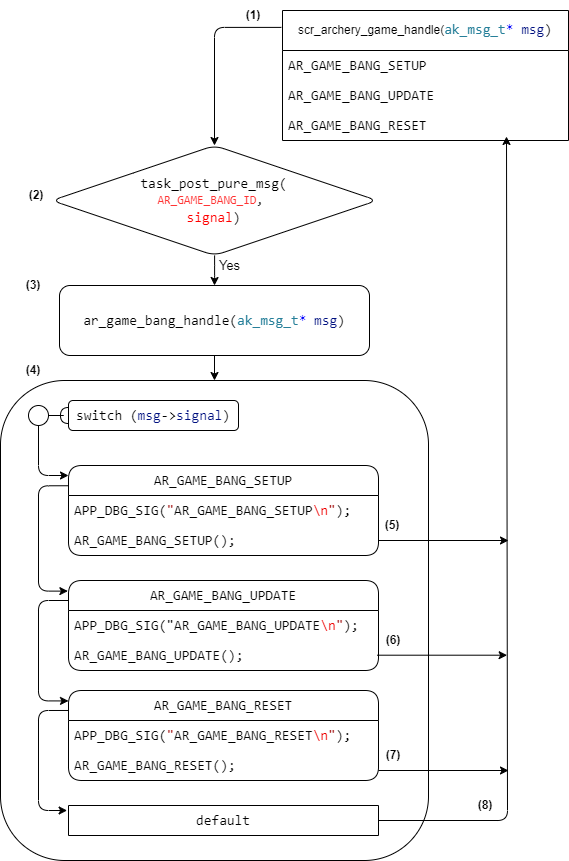
Before: bang_sequence.drawio.png, a diagram exported from draw.io (QuocBuu/drawio). Source tidied: cells renumbered, new cells last; positions are measured from the earlier drawing's top-left corner, leaving out a move shared by most shapes. Source of this version:
```xml
<mxGraphModel>
  <root>
    <mxCell id="0" />
    <mxCell id="1" parent="0" />
    <mxCell id="2" style="edgeStyle=orthogonalEdgeStyle;rounded=1;jettySize=auto;html=1;" parent="1" edge="1" source="3" target="4">
      <mxGeometry relative="1" as="geometry" />
    </mxCell>
    <mxCell id="3" value="&lt;div style=&quot;background-color: rgb(255, 255, 255); font-family: Consolas, &amp;quot;Courier New&amp;quot;, monospace; font-size: 14px; line-height: 19px;&quot;&gt;ar_game_bang_handle(&lt;span style=&quot;color: #267f99;&quot;&gt;ak_msg_t&lt;/span&gt;&lt;span style=&quot;color: #0000ff;&quot;&gt;*&lt;/span&gt; &lt;span style=&quot;color: #001080;&quot;&gt;msg&lt;/span&gt;)&lt;/div&gt;" style="rounded=1;whiteSpace=wrap;html=1;fontSize=12;glass=0;strokeWidth=1;shadow=0;" parent="1" vertex="1">
      <mxGeometry x="59" y="285" width="310" height="70" as="geometry" />
    </mxCell>
    <mxCell id="4" style="rounded=1;whiteSpace=wrap;html=1;fontSize=12;glass=0;strokeWidth=1;shadow=0;" parent="1" vertex="1">
      <mxGeometry y="380" width="428" height="480" as="geometry" />
    </mxCell>
    <mxCell id="5" style="edgeStyle=orthogonalEdgeStyle;rounded=1;jettySize=auto;html=1;exitX=0;exitY=0.225;exitDx=0;exitDy=0;exitPerimeter=0;entryX=-0.002;entryY=0.118;entryDx=0;entryDy=0;entryPerimeter=0;" parent="1" edge="1" source="6" target="9">
      <mxGeometry relative="1" as="geometry">
        <Array as="points">
          <mxPoint x="38" y="485" />
          <mxPoint x="38" y="590" />
          <mxPoint x="67" y="590" />
        </Array>
      </mxGeometry>
    </mxCell>
    <mxCell id="6" value="&lt;div style=&quot;background-color: rgb(255, 255, 255); font-family: Consolas, &amp;quot;Courier New&amp;quot;, monospace; font-size: 14px; line-height: 19px;&quot;&gt;&lt;div style=&quot;line-height: 19px;&quot;&gt;&lt;div style=&quot;line-height: 19px;&quot;&gt;&lt;div style=&quot;line-height: 19px;&quot;&gt;AR_GAME_BANG_SETUP&lt;/div&gt;&lt;/div&gt;&lt;/div&gt;&lt;/div&gt;" style="swimlane;fontStyle=0;horizontal=1;startSize=30;whiteSpace=wrap;html=1;rounded=1;" parent="1" vertex="1">
      <mxGeometry x="68" y="465" width="310" height="90" as="geometry" />
    </mxCell>
    <mxCell id="7" value="&lt;div style=&quot;background-color: rgb(255, 255, 255); font-family: Consolas, &amp;quot;Courier New&amp;quot;, monospace; font-size: 14px; line-height: 19px;&quot;&gt;&lt;div style=&quot;line-height: 19px;&quot;&gt;&lt;div style=&quot;line-height: 19px;&quot;&gt;APP_DBG_SIG(&lt;span style=&quot;color: #a31515;&quot;&gt;&quot;&lt;/span&gt;AR_GAME_BANG_SETUP&lt;span style=&quot;color: rgb(238, 0, 0);&quot;&gt;\n&lt;/span&gt;&lt;span style=&quot;color: rgb(163, 21, 21);&quot;&gt;&quot;&lt;/span&gt;);&lt;br&gt;&lt;/div&gt;&lt;/div&gt;&lt;/div&gt;" style="text;strokeColor=none;fillColor=none;align=left;verticalAlign=middle;spacingLeft=4;spacingRight=4;overflow=hidden;whiteSpace=wrap;html=1;rounded=1;" parent="6" vertex="1">
      <mxGeometry y="30" width="310" height="30" as="geometry" />
    </mxCell>
    <mxCell id="8" value="&lt;div style=&quot;background-color: rgb(255, 255, 255); font-family: Consolas, &amp;quot;Courier New&amp;quot;, monospace; font-size: 14px; line-height: 19px;&quot;&gt;&lt;div style=&quot;line-height: 19px;&quot;&gt;&lt;div style=&quot;line-height: 19px;&quot;&gt;&lt;div style=&quot;line-height: 19px;&quot;&gt;&lt;div style=&quot;line-height: 19px;&quot;&gt;AR_GAME_BANG_SETUP();&lt;/div&gt;&lt;/div&gt;&lt;/div&gt;&lt;/div&gt;&lt;/div&gt;" style="text;strokeColor=none;fillColor=none;align=left;verticalAlign=middle;spacingLeft=4;spacingRight=4;overflow=hidden;whiteSpace=wrap;html=1;rounded=1;" parent="6" vertex="1">
      <mxGeometry y="60" width="310" height="30" as="geometry" />
    </mxCell>
    <mxCell id="9" value="&lt;div style=&quot;background-color: rgb(255, 255, 255); font-family: Consolas, &amp;quot;Courier New&amp;quot;, monospace; font-size: 14px; line-height: 19px;&quot;&gt;&lt;div style=&quot;line-height: 19px;&quot;&gt;&lt;div style=&quot;line-height: 19px;&quot;&gt;&lt;div style=&quot;line-height: 19px;&quot;&gt;AR_GAME_BANG_UPDATE&lt;/div&gt;&lt;/div&gt;&lt;/div&gt;&lt;/div&gt;" style="swimlane;fontStyle=0;horizontal=1;startSize=30;whiteSpace=wrap;html=1;rounded=1;" parent="1" vertex="1">
      <mxGeometry x="68" y="580" width="310" height="90" as="geometry" />
    </mxCell>
    <mxCell id="10" value="&lt;div style=&quot;background-color: rgb(255, 255, 255); font-family: Consolas, &amp;quot;Courier New&amp;quot;, monospace; font-size: 14px; line-height: 19px;&quot;&gt;&lt;div style=&quot;line-height: 19px;&quot;&gt;&lt;div style=&quot;line-height: 19px;&quot;&gt;&lt;div style=&quot;line-height: 19px;&quot;&gt;APP_DBG_SIG(&quot;AR_GAME_BANG_UPDATE&lt;span style=&quot;border-color: var(--border-color); color: rgb(238, 0, 0);&quot;&gt;\n&lt;/span&gt;&lt;span style=&quot;border-color: var(--border-color); color: rgb(163, 21, 21);&quot;&gt;&quot;&lt;/span&gt;);&lt;br&gt;&lt;/div&gt;&lt;/div&gt;&lt;/div&gt;&lt;/div&gt;" style="text;strokeColor=none;fillColor=none;align=left;verticalAlign=middle;spacingLeft=4;spacingRight=4;overflow=hidden;whiteSpace=wrap;html=1;rounded=1;" parent="9" vertex="1">
      <mxGeometry y="30" width="310" height="30" as="geometry" />
    </mxCell>
    <mxCell id="11" value="&lt;div style=&quot;background-color: rgb(255, 255, 255); font-family: Consolas, &amp;quot;Courier New&amp;quot;, monospace; font-size: 14px; line-height: 19px;&quot;&gt;&lt;div style=&quot;line-height: 19px;&quot;&gt;&lt;div style=&quot;line-height: 19px;&quot;&gt;&lt;div style=&quot;line-height: 19px;&quot;&gt;&lt;div style=&quot;line-height: 19px;&quot;&gt;&lt;div style=&quot;line-height: 19px;&quot;&gt;&lt;div style=&quot;line-height: 19px;&quot;&gt;AR_GAME_BANG_UPDATE();&lt;/div&gt;&lt;/div&gt;&lt;/div&gt;&lt;/div&gt;&lt;/div&gt;&lt;/div&gt;&lt;/div&gt;" style="text;strokeColor=none;fillColor=none;align=left;verticalAlign=middle;spacingLeft=4;spacingRight=4;overflow=hidden;whiteSpace=wrap;html=1;rounded=1;" parent="9" vertex="1">
      <mxGeometry y="60" width="310" height="30" as="geometry" />
    </mxCell>
    <mxCell id="12" value="&lt;div style=&quot;background-color: rgb(255, 255, 255); font-family: Consolas, &amp;quot;Courier New&amp;quot;, monospace; font-size: 14px; line-height: 19px;&quot;&gt;&lt;div style=&quot;line-height: 19px;&quot;&gt;&lt;div style=&quot;line-height: 19px;&quot;&gt;&lt;div style=&quot;line-height: 19px;&quot;&gt;&lt;div style=&quot;line-height: 19px;&quot;&gt;&lt;div style=&quot;line-height: 19px;&quot;&gt;AR_GAME_BANG_RESET&lt;/div&gt;&lt;/div&gt;&lt;/div&gt;&lt;/div&gt;&lt;/div&gt;&lt;/div&gt;" style="swimlane;fontStyle=0;horizontal=1;startSize=30;whiteSpace=wrap;html=1;rounded=1;" parent="1" vertex="1">
      <mxGeometry x="68" y="690" width="310" height="90" as="geometry" />
    </mxCell>
    <mxCell id="13" value="&lt;div style=&quot;background-color: rgb(255, 255, 255); font-family: Consolas, &amp;quot;Courier New&amp;quot;, monospace; font-size: 14px; line-height: 19px;&quot;&gt;&lt;div style=&quot;line-height: 19px;&quot;&gt;&lt;div style=&quot;line-height: 19px;&quot;&gt;&lt;div style=&quot;line-height: 19px;&quot;&gt;APP_DBG_SIG(&lt;span style=&quot;color: #a31515;&quot;&gt;&quot;&lt;/span&gt;AR_GAME_BANG_RESET&lt;span style=&quot;color: rgb(238, 0, 0);&quot;&gt;\n&lt;/span&gt;&lt;span style=&quot;color: rgb(163, 21, 21);&quot;&gt;&quot;&lt;/span&gt;);&lt;br&gt;&lt;/div&gt;&lt;/div&gt;&lt;/div&gt;&lt;/div&gt;" style="text;strokeColor=none;fillColor=none;align=left;verticalAlign=middle;spacingLeft=4;spacingRight=4;overflow=hidden;whiteSpace=wrap;html=1;rounded=1;" parent="12" vertex="1">
      <mxGeometry y="30" width="310" height="30" as="geometry" />
    </mxCell>
    <mxCell id="14" value="&lt;div style=&quot;background-color: rgb(255, 255, 255); font-family: Consolas, &amp;quot;Courier New&amp;quot;, monospace; font-size: 14px; line-height: 19px;&quot;&gt;&lt;div style=&quot;line-height: 19px;&quot;&gt;&lt;div style=&quot;line-height: 19px;&quot;&gt;&lt;div style=&quot;line-height: 19px;&quot;&gt;&lt;div style=&quot;line-height: 19px;&quot;&gt;AR_GAME_BANG_RESET();&lt;/div&gt;&lt;/div&gt;&lt;/div&gt;&lt;/div&gt;&lt;/div&gt;" style="text;strokeColor=none;fillColor=none;align=left;verticalAlign=middle;spacingLeft=4;spacingRight=4;overflow=hidden;whiteSpace=wrap;html=1;rounded=1;" parent="12" vertex="1">
      <mxGeometry y="60" width="310" height="30" as="geometry" />
    </mxCell>
    <mxCell id="15" style="edgeStyle=orthogonalEdgeStyle;rounded=1;jettySize=auto;html=1;" parent="1" edge="1" source="29" target="3">
      <mxGeometry relative="1" as="geometry" />
    </mxCell>
    <mxCell id="16" value="&lt;font style=&quot;font-size: 13px;&quot;&gt;Yes&lt;/font&gt;" style="edgeLabel;html=1;align=center;verticalAlign=middle;rounded=1;" parent="15" vertex="1">
      <mxGeometry x="-0.07" y="1" relative="1" as="geometry">
        <mxPoint x="13" y="-4" as="offset" />
      </mxGeometry>
    </mxCell>
    <mxCell id="17" style="edgeStyle=orthogonalEdgeStyle;rounded=1;jettySize=auto;html=1;endArrow=halfCircle;endFill=0;" parent="1" edge="1" source="19" target="20">
      <mxGeometry relative="1" as="geometry" />
    </mxCell>
    <mxCell id="18" style="edgeStyle=orthogonalEdgeStyle;rounded=1;jettySize=auto;html=1;" parent="1" edge="1" source="19">
      <mxGeometry relative="1" as="geometry">
        <mxPoint x="68" y="475" as="targetPoint" />
        <Array as="points">
          <mxPoint x="38" y="475" />
        </Array>
      </mxGeometry>
    </mxCell>
    <mxCell id="19" style="ellipse;whiteSpace=wrap;html=1;rounded=1;" parent="1" vertex="1">
      <mxGeometry x="28" y="405" width="20" height="20" as="geometry" />
    </mxCell>
    <mxCell id="20" value="&lt;div style=&quot;background-color: rgb(255, 255, 255); font-family: Consolas, &amp;quot;Courier New&amp;quot;, monospace; font-size: 14px; line-height: 19px;&quot;&gt;switch (&lt;span style=&quot;color: #001080;&quot;&gt;msg&lt;/span&gt;-&amp;gt;&lt;font color=&quot;#001080&quot;&gt;signal&lt;/font&gt;)&lt;/div&gt;" style="whiteSpace=wrap;html=1;rounded=1;" parent="1" vertex="1">
      <mxGeometry x="68" y="400" width="170" height="30" as="geometry" />
    </mxCell>
    <mxCell id="21" style="edgeStyle=orthogonalEdgeStyle;rounded=1;jettySize=auto;html=1;entryX=0;entryY=0.116;entryDx=0;entryDy=0;entryPerimeter=0;" parent="1" edge="1" target="12">
      <mxGeometry relative="1" as="geometry">
        <mxPoint x="68" y="600" as="sourcePoint" />
        <Array as="points">
          <mxPoint x="38" y="600" />
          <mxPoint x="38" y="700" />
          <mxPoint x="68" y="700" />
        </Array>
      </mxGeometry>
    </mxCell>
    <mxCell id="22" style="edgeStyle=orthogonalEdgeStyle;rounded=1;jettySize=auto;html=1;entryX=0;entryY=0.111;entryDx=0;entryDy=0;entryPerimeter=0;exitX=0;exitY=0.222;exitDx=0;exitDy=0;exitPerimeter=0;" parent="1" edge="1" source="12">
      <mxGeometry relative="1" as="geometry">
        <mxPoint x="66.6" y="810" as="targetPoint" />
        <Array as="points">
          <mxPoint x="38" y="710" />
          <mxPoint x="38" y="810" />
        </Array>
      </mxGeometry>
    </mxCell>
    <mxCell id="23" style="edgeStyle=orthogonalEdgeStyle;rounded=1;jettySize=auto;html=1;" parent="1" edge="1" source="24">
      <mxGeometry relative="1" as="geometry">
        <mxPoint x="506" y="136" as="targetPoint" />
        <Array as="points">
          <mxPoint x="507" y="820" />
          <mxPoint x="507" y="136" />
        </Array>
      </mxGeometry>
    </mxCell>
    <mxCell id="24" value="&lt;div style=&quot;background-color: rgb(255, 255, 255); font-family: Consolas, &amp;quot;Courier New&amp;quot;, monospace; font-size: 14px; line-height: 19px;&quot;&gt;&lt;div style=&quot;line-height: 19px;&quot;&gt;&lt;div style=&quot;line-height: 19px;&quot;&gt;&lt;div style=&quot;line-height: 19px;&quot;&gt;&lt;div style=&quot;line-height: 19px;&quot;&gt;default&lt;/div&gt;&lt;/div&gt;&lt;/div&gt;&lt;/div&gt;&lt;/div&gt;" style="swimlane;fontStyle=0;horizontal=1;startSize=30;whiteSpace=wrap;html=1;rounded=1;" parent="1" vertex="1">
      <mxGeometry x="68" y="805" width="310" height="30" as="geometry" />
    </mxCell>
    <mxCell id="25" style="edgeStyle=orthogonalEdgeStyle;rounded=1;jettySize=auto;html=1;entryX=0.5;entryY=0;entryDx=0;entryDy=0;exitX=-0.004;exitY=0.13;exitDx=0;exitDy=0;exitPerimeter=0;" parent="1" edge="1" source="36" target="29">
      <mxGeometry relative="1" as="geometry">
        <Array as="points">
          <mxPoint x="214" y="27" />
        </Array>
      </mxGeometry>
    </mxCell>
    <mxCell id="26" style="edgeStyle=orthogonalEdgeStyle;rounded=1;orthogonalLoop=1;jettySize=auto;html=1;" parent="1" edge="1">
      <mxGeometry relative="1" as="geometry">
        <mxPoint x="378" y="770" as="sourcePoint" />
        <mxPoint x="508" y="770" as="targetPoint" />
      </mxGeometry>
    </mxCell>
    <mxCell id="27" style="edgeStyle=orthogonalEdgeStyle;rounded=1;orthogonalLoop=1;jettySize=auto;html=1;" parent="1" edge="1">
      <mxGeometry relative="1" as="geometry">
        <mxPoint x="376.6" y="654.7" as="sourcePoint" />
        <mxPoint x="506.6" y="654.7" as="targetPoint" />
      </mxGeometry>
    </mxCell>
    <mxCell id="28" style="edgeStyle=orthogonalEdgeStyle;rounded=1;orthogonalLoop=1;jettySize=auto;html=1;" parent="1" edge="1">
      <mxGeometry relative="1" as="geometry">
        <mxPoint x="378" y="540" as="sourcePoint" />
        <mxPoint x="508" y="540" as="targetPoint" />
      </mxGeometry>
    </mxCell>
    <mxCell id="29" value="&lt;div style=&quot;background-color: rgb(255, 255, 255); font-family: Consolas, &amp;quot;Courier New&amp;quot;, monospace; font-size: 14px; line-height: 19px;&quot;&gt;task_post_pure_msg(&lt;/div&gt;&lt;span style=&quot;background-color: rgb(255, 255, 255);&quot;&gt;&lt;font face=&quot;Consolas, Courier New, monospace&quot; color=&quot;#ff3333&quot;&gt;AR_GAME_BANG_ID&lt;/font&gt;&lt;font face=&quot;Consolas, Courier New, monospace&quot;&gt;,&amp;nbsp;&lt;/font&gt;&lt;/span&gt;&lt;font face=&quot;Consolas, Courier New, monospace&quot; color=&quot;#ff3333&quot;&gt;&lt;br&gt;&lt;/font&gt;&lt;div style=&quot;background-color: rgb(255, 255, 255); font-family: Consolas, &amp;quot;Courier New&amp;quot;, monospace; font-size: 14px; line-height: 19px;&quot;&gt;&lt;font color=&quot;#ff0000&quot;&gt;signal&lt;/font&gt;)&lt;/div&gt;" style="rhombus;whiteSpace=wrap;html=1;rounded=1;" parent="1" vertex="1">
      <mxGeometry x="51.4" y="145" width="325.2" height="110" as="geometry" />
    </mxCell>
    <mxCell id="30" value="&lt;b&gt;(1)&lt;/b&gt;" style="text;html=1;strokeColor=none;fillColor=none;align=center;verticalAlign=middle;whiteSpace=wrap;rounded=0;" parent="1" vertex="1">
      <mxGeometry x="238" width="30" height="30" as="geometry" />
    </mxCell>
    <mxCell id="31" value="&lt;b&gt;(2)&lt;/b&gt;" style="text;html=1;strokeColor=none;fillColor=none;align=center;verticalAlign=middle;whiteSpace=wrap;rounded=0;" parent="1" vertex="1">
      <mxGeometry x="21.4" y="180" width="30" height="30" as="geometry" />
    </mxCell>
    <mxCell id="32" value="&lt;b&gt;(5)&lt;/b&gt;" style="text;html=1;strokeColor=none;fillColor=none;align=center;verticalAlign=middle;whiteSpace=wrap;rounded=0;" parent="1" vertex="1">
      <mxGeometry x="376.6" y="510" width="30" height="30" as="geometry" />
    </mxCell>
    <mxCell id="33" value="&lt;b&gt;(6)&lt;/b&gt;" style="text;html=1;strokeColor=none;fillColor=none;align=center;verticalAlign=middle;whiteSpace=wrap;rounded=0;" parent="1" vertex="1">
      <mxGeometry x="378" y="620" width="30" height="40" as="geometry" />
    </mxCell>
    <mxCell id="34" value="&lt;b&gt;(7)&lt;/b&gt;" style="text;html=1;strokeColor=none;fillColor=none;align=center;verticalAlign=middle;whiteSpace=wrap;rounded=0;" parent="1" vertex="1">
      <mxGeometry x="378" y="740" width="30" height="30" as="geometry" />
    </mxCell>
    <mxCell id="35" value="&lt;b&gt;(8)&lt;/b&gt;" style="text;html=1;strokeColor=none;fillColor=none;align=center;verticalAlign=middle;whiteSpace=wrap;rounded=0;" parent="1" vertex="1">
      <mxGeometry x="470" y="790" width="30" height="30" as="geometry" />
    </mxCell>
    <mxCell id="36" value="scr_archery_game_handle(&lt;span style=&quot;border-color: var(--border-color); font-family: Consolas, &amp;quot;Courier New&amp;quot;, monospace; font-size: 14px; color: rgb(38, 127, 153);&quot;&gt;ak_msg_t&lt;/span&gt;&lt;span style=&quot;border-color: var(--border-color); font-family: Consolas, &amp;quot;Courier New&amp;quot;, monospace; font-size: 14px; color: rgb(0, 0, 255);&quot;&gt;*&lt;/span&gt;&lt;span style=&quot;font-family: Consolas, &amp;quot;Courier New&amp;quot;, monospace; font-size: 14px; background-color: rgb(255, 255, 255);&quot;&gt;&amp;nbsp;&lt;/span&gt;&lt;span style=&quot;border-color: var(--border-color); font-family: Consolas, &amp;quot;Courier New&amp;quot;, monospace; font-size: 14px; color: rgb(0, 16, 128);&quot;&gt;msg&lt;/span&gt;&lt;span style=&quot;font-family: Consolas, &amp;quot;Courier New&amp;quot;, monospace; font-size: 14px; background-color: rgb(255, 255, 255);&quot;&gt;)&lt;/span&gt;" style="swimlane;fontStyle=0;horizontal=1;startSize=40;whiteSpace=wrap;html=1;" parent="1" vertex="1">
      <mxGeometry x="282" y="10" width="286" height="130" as="geometry" />
    </mxCell>
    <mxCell id="37" value="&lt;div style=&quot;background-color: rgb(255, 255, 255); font-family: Consolas, &amp;quot;Courier New&amp;quot;, monospace; font-size: 14px; line-height: 19px;&quot;&gt;&lt;div style=&quot;line-height: 19px;&quot;&gt;&lt;div style=&quot;line-height: 19px;&quot;&gt;AR_GAME_BANG_SETUP&lt;/div&gt;&lt;/div&gt;&lt;/div&gt;" style="text;strokeColor=none;fillColor=none;align=left;verticalAlign=middle;spacingLeft=4;spacingRight=4;overflow=hidden;whiteSpace=wrap;html=1;" parent="36" vertex="1">
      <mxGeometry y="40" width="286" height="30" as="geometry" />
    </mxCell>
    <mxCell id="38" value="&lt;div style=&quot;background-color: rgb(255, 255, 255); font-family: Consolas, &amp;quot;Courier New&amp;quot;, monospace; font-size: 14px; line-height: 19px;&quot;&gt;&lt;div style=&quot;line-height: 19px;&quot;&gt;&lt;div style=&quot;line-height: 19px;&quot;&gt;AR_GAME_BANG_UPDATE&lt;/div&gt;&lt;/div&gt;&lt;/div&gt;" style="text;strokeColor=none;fillColor=none;align=left;verticalAlign=middle;spacingLeft=4;spacingRight=4;overflow=hidden;whiteSpace=wrap;html=1;" parent="36" vertex="1">
      <mxGeometry y="70" width="286" height="30" as="geometry" />
    </mxCell>
    <mxCell id="39" value="&lt;div style=&quot;background-color: rgb(255, 255, 255); font-family: Consolas, &amp;quot;Courier New&amp;quot;, monospace; font-size: 14px; line-height: 19px;&quot;&gt;&lt;div style=&quot;line-height: 19px;&quot;&gt;&lt;div style=&quot;line-height: 19px;&quot;&gt;AR_GAME_BANG_RESET&lt;/div&gt;&lt;/div&gt;&lt;/div&gt;" style="text;strokeColor=none;fillColor=none;align=left;verticalAlign=middle;spacingLeft=4;spacingRight=4;overflow=hidden;whiteSpace=wrap;html=1;" parent="36" vertex="1">
      <mxGeometry y="100" width="286" height="30" as="geometry" />
    </mxCell>
    <mxCell id="40" value="&lt;b&gt;(3)&lt;/b&gt;" style="text;html=1;strokeColor=none;fillColor=none;align=center;verticalAlign=middle;whiteSpace=wrap;rounded=0;" parent="1" vertex="1">
      <mxGeometry x="18" y="270" width="30" height="30" as="geometry" />
    </mxCell>
    <mxCell id="41" value="&lt;b&gt;(4)&lt;/b&gt;" style="text;html=1;strokeColor=none;fillColor=none;align=center;verticalAlign=middle;whiteSpace=wrap;rounded=0;" parent="1" vertex="1">
      <mxGeometry x="18" y="355" width="30" height="30" as="geometry" />
    </mxCell>
  </root>
</mxGraphModel>
```
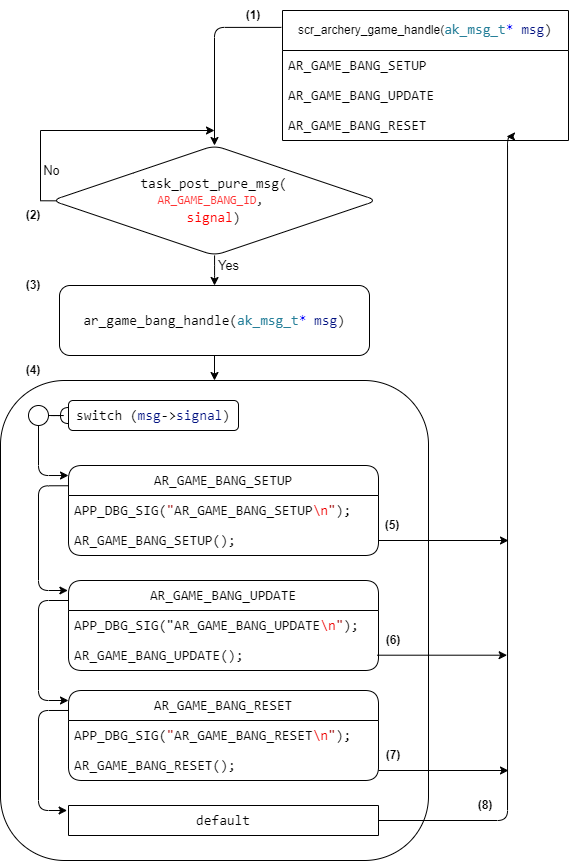
After the commit.

Change to the diagram source:
```diff
@@ -128,6 +128,20 @@
         <mxPoint x="508" y="540" as="targetPoint" />
       </mxGeometry>
     </mxCell>
+    <mxCell id="42" style="edgeStyle=orthogonalEdgeStyle;rounded=0;jettySize=auto;html=1;exitX=0.014;exitY=0.503;exitDx=0;exitDy=0;exitPerimeter=0;" parent="1" edge="1" source="29">
+      <mxGeometry relative="1" as="geometry">
+        <mxPoint x="214" y="130" as="targetPoint" />
+        <Array as="points">
+          <mxPoint x="40" y="200" />
+          <mxPoint x="40" y="130" />
+        </Array>
+      </mxGeometry>
+    </mxCell>
+    <mxCell id="43" value="&lt;font style=&quot;font-size: 13px;&quot;&gt;No&lt;/font&gt;" style="edgeLabel;html=1;align=center;verticalAlign=middle;" parent="42" vertex="1">
+      <mxGeometry x="-0.7" y="-1" relative="1" as="geometry">
+        <mxPoint x="10" y="-7" as="offset" />
+      </mxGeometry>
+    </mxCell>
     <mxCell id="29" value="&lt;div style=&quot;background-color: rgb(255, 255, 255); font-family: Consolas, &amp;quot;Courier New&amp;quot;, monospace; font-size: 14px; line-height: 19px;&quot;&gt;task_post_pure_msg(&lt;/div&gt;&lt;span style=&quot;background-color: rgb(255, 255, 255);&quot;&gt;&lt;font face=&quot;Consolas, Courier New, monospace&quot; color=&quot;#ff3333&quot;&gt;AR_GAME_BANG_ID&lt;/font&gt;&lt;font face=&quot;Consolas, Courier New, monospace&quot;&gt;,&amp;nbsp;&lt;/font&gt;&lt;/span&gt;&lt;font face=&quot;Consolas, Courier New, monospace&quot; color=&quot;#ff3333&quot;&gt;&lt;br&gt;&lt;/font&gt;&lt;div style=&quot;background-color: rgb(255, 255, 255); font-family: Consolas, &amp;quot;Courier New&amp;quot;, monospace; font-size: 14px; line-height: 19px;&quot;&gt;&lt;font color=&quot;#ff0000&quot;&gt;signal&lt;/font&gt;)&lt;/div&gt;" style="rhombus;whiteSpace=wrap;html=1;rounded=1;" parent="1" vertex="1">
       <mxGeometry x="51.4" y="145" width="325.2" height="110" as="geometry" />
     </mxCell>
@@ -135,7 +149,7 @@
       <mxGeometry x="238" width="30" height="30" as="geometry" />
     </mxCell>
     <mxCell id="31" value="&lt;b&gt;(2)&lt;/b&gt;" style="text;html=1;strokeColor=none;fillColor=none;align=center;verticalAlign=middle;whiteSpace=wrap;rounded=0;" parent="1" vertex="1">
-      <mxGeometry x="21.4" y="180" width="30" height="30" as="geometry" />
+      <mxGeometry x="18" y="200" width="30" height="30" as="geometry" />
     </mxCell>
     <mxCell id="32" value="&lt;b&gt;(5)&lt;/b&gt;" style="text;html=1;strokeColor=none;fillColor=none;align=center;verticalAlign=middle;whiteSpace=wrap;rounded=0;" parent="1" vertex="1">
       <mxGeometry x="376.6" y="510" width="30" height="30" as="geometry" />
```
